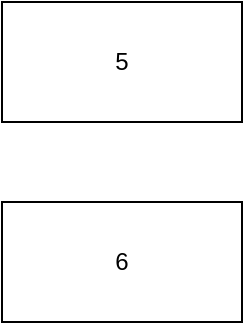
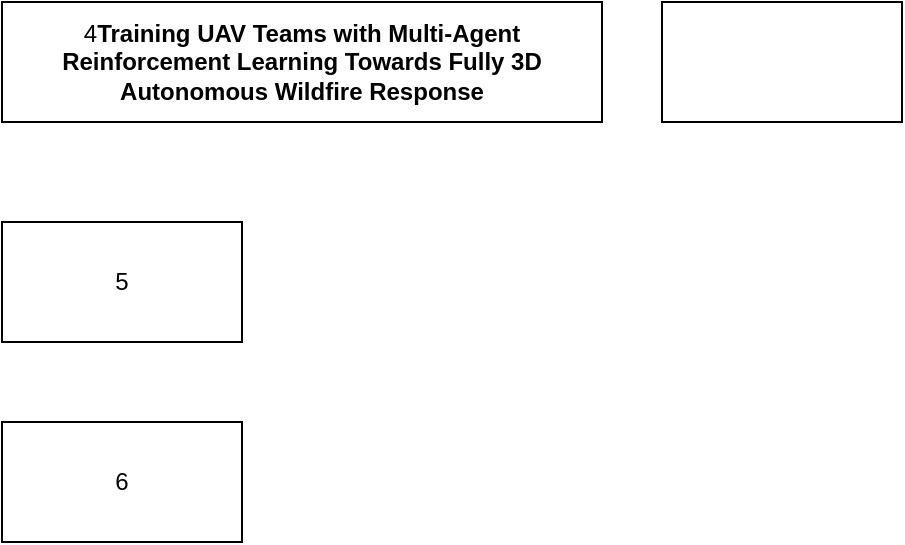
<mxfile host="app.diagrams.net" agent="Mozilla/5.0 (Windows NT 10.0; Win64; x64) AppleWebKit/537.36 (KHTML, like Gecko) Chrome/147.0.0.0 Safari/537.36" version="29.6.6">
  <diagram name="第 1 页" id="T691O49PrN9Ef3P2iLfa">
    <mxGraphModel dx="1810" dy="472" grid="1" gridSize="10" guides="1" tooltips="1" connect="1" arrows="1" fold="1" page="1" pageScale="1" pageWidth="827" pageHeight="1169" math="0" shadow="0">
      <root>
        <mxCell id="0" />
        <mxCell id="1" parent="0" />
        <mxCell id="BttkzOgxcZYclg_ATgkw-1" parent="1" style="rounded=0;whiteSpace=wrap;html=1;" value="5" vertex="1">
          <mxGeometry height="60" width="120" x="50" y="210" as="geometry" />
        </mxCell>
        <mxCell id="BttkzOgxcZYclg_ATgkw-2" parent="1" style="rounded=0;whiteSpace=wrap;html=1;" value="6" vertex="1">
          <mxGeometry height="60" width="120" x="50" y="310" as="geometry" />
        </mxCell>
+         <mxCell id="BttkzOgxcZYclg_ATgkw-3" parent="1" style="rounded=0;whiteSpace=wrap;html=1;" value="4&lt;b data-path-to-node=&quot;3&quot; data-index-in-node=&quot;0&quot; style=&quot;background-color: transparent; color: light-dark(rgb(0, 0, 0), rgb(255, 255, 255));&quot;&gt;Training UAV Teams with Multi-Agent Reinforcement Learning Towards Fully 3D Autonomous Wildfire Response&lt;/b&gt;" vertex="1">
+           <mxGeometry height="60" width="300" x="50" y="100" as="geometry" />
+         </mxCell>
+         <mxCell id="BttkzOgxcZYclg_ATgkw-4" parent="1" style="rounded=0;whiteSpace=wrap;html=1;" value="" vertex="1">
+           <mxGeometry height="60" width="120" x="380" y="100" as="geometry" />
+         </mxCell>
      </root>
    </mxGraphModel>
  </diagram>
</mxfile>
